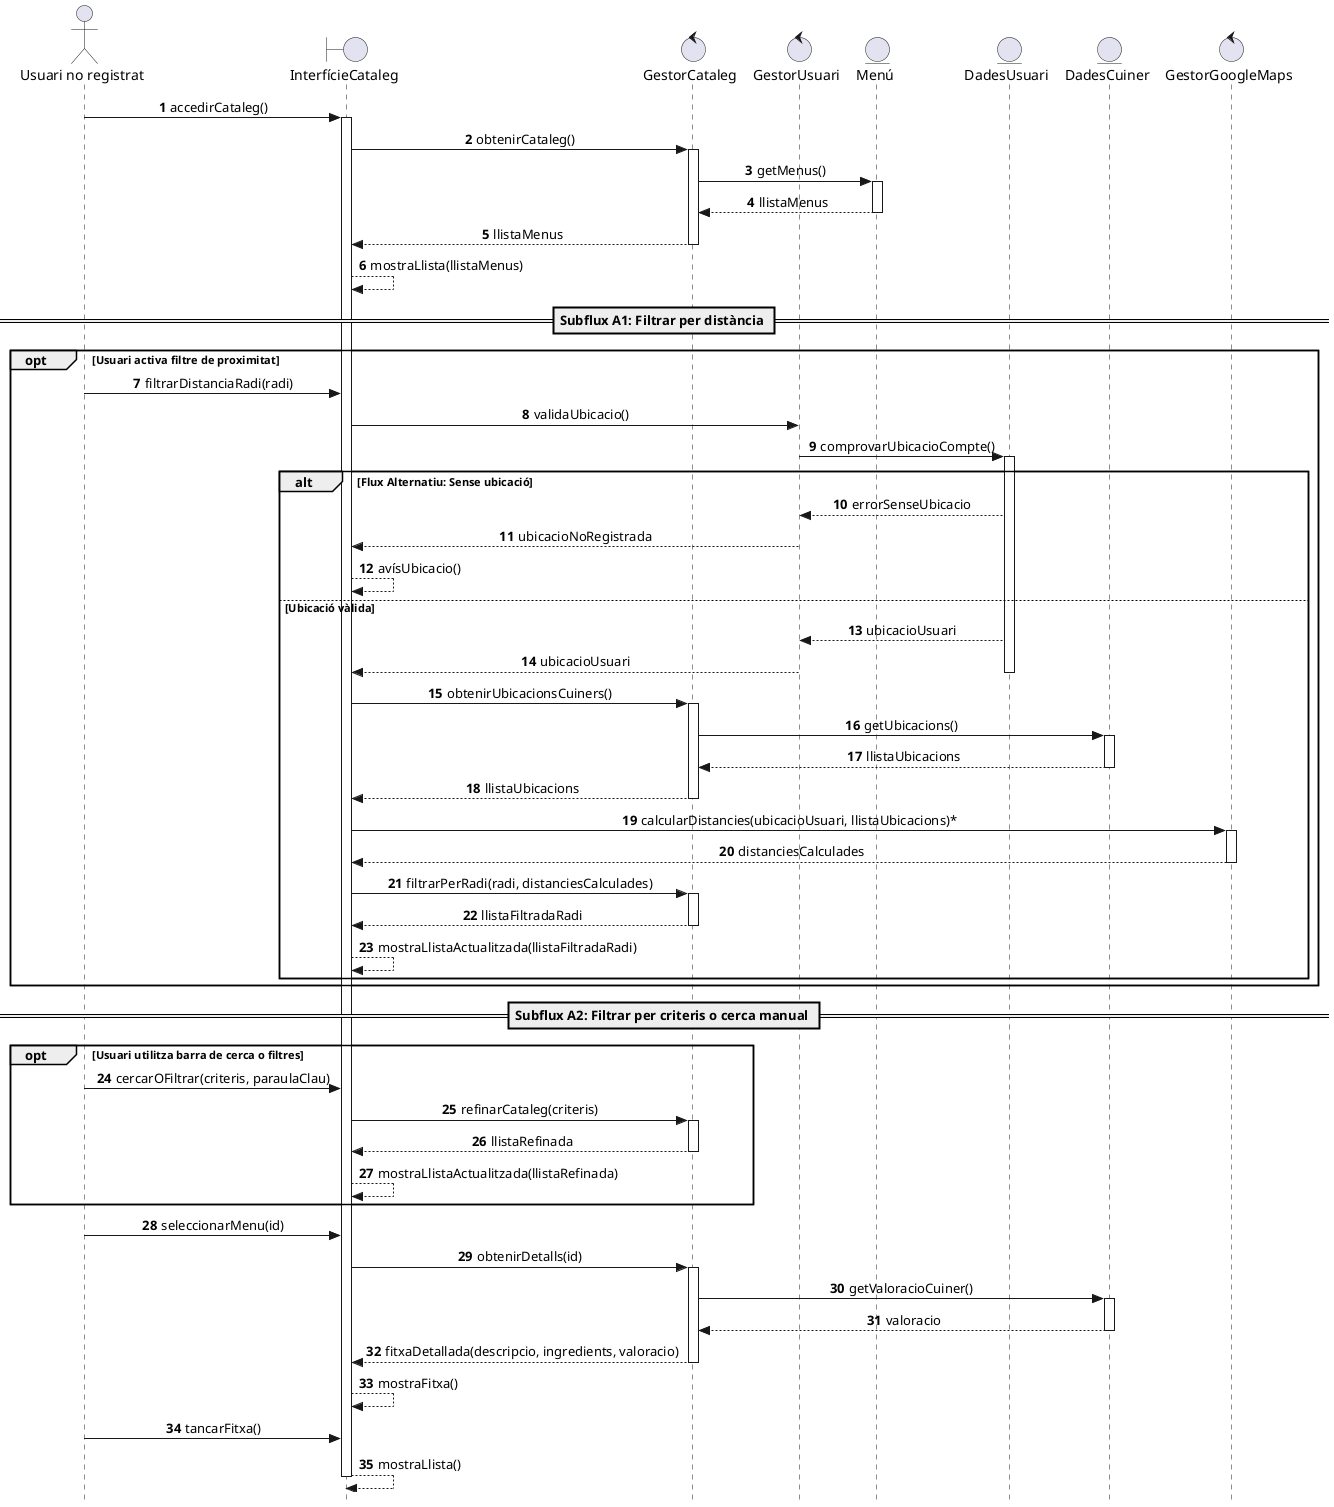
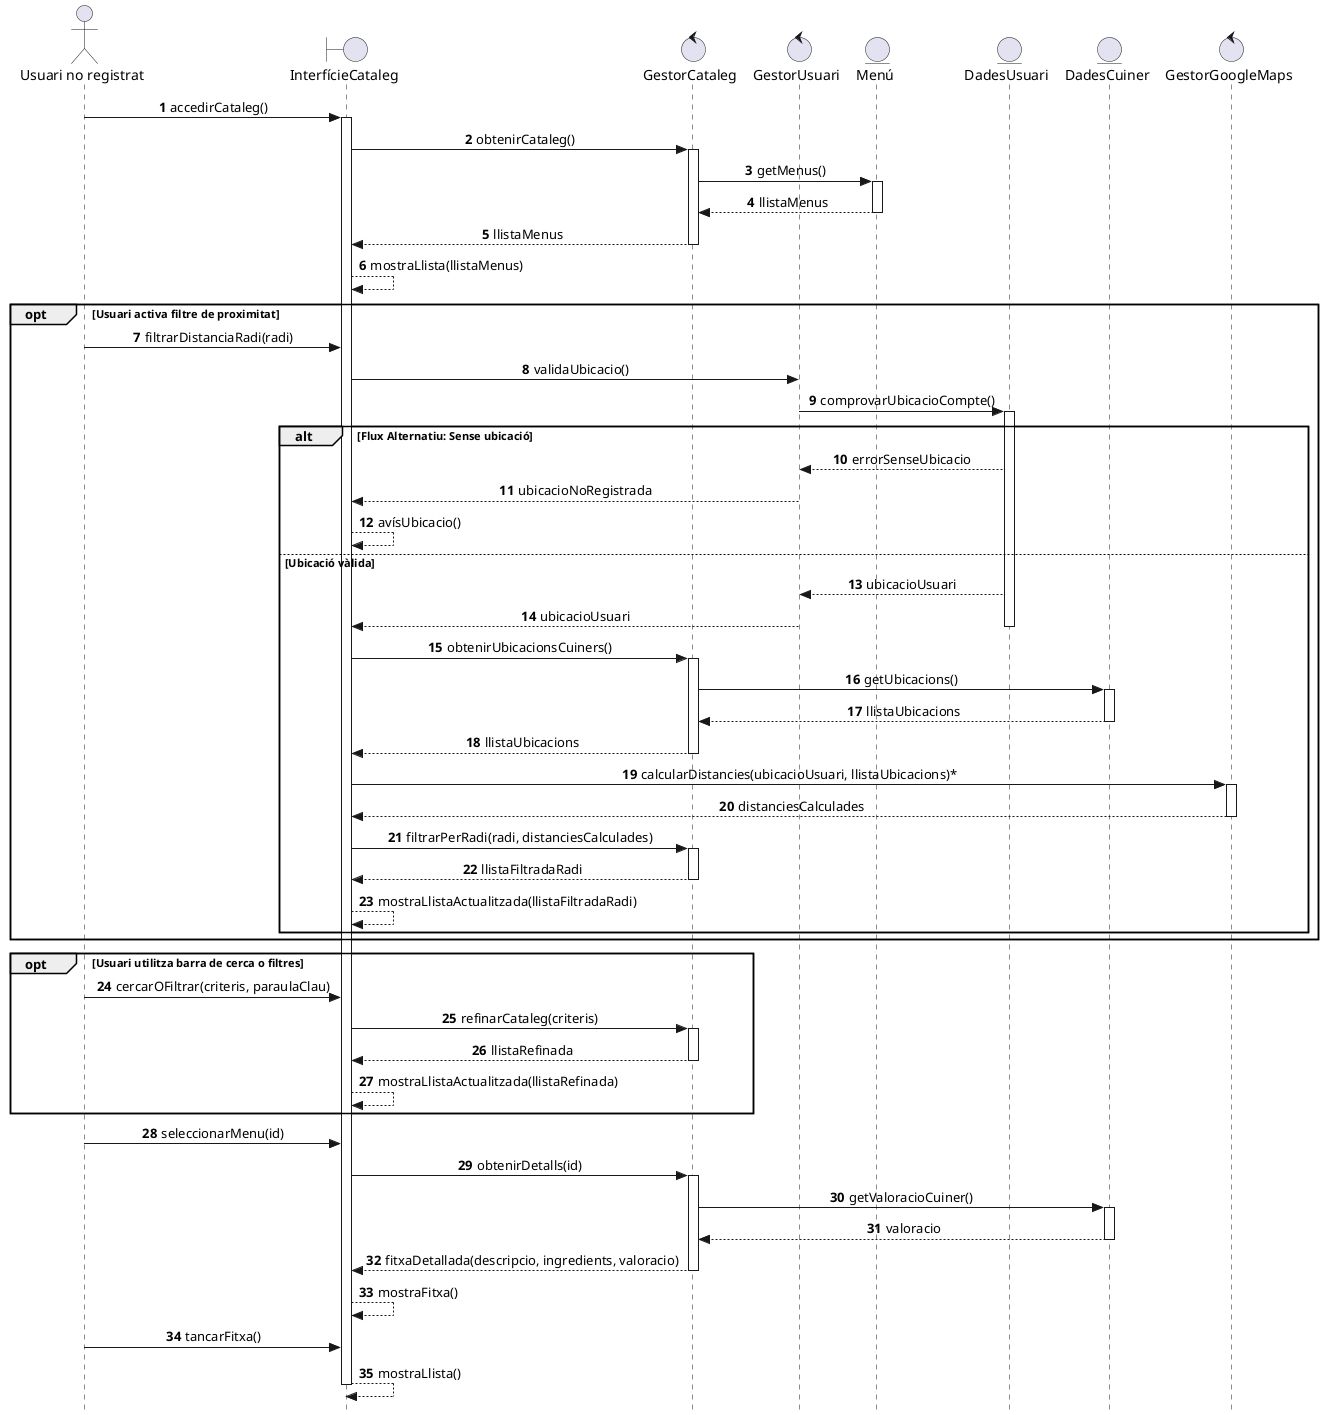
@startuml
autonumber
skinparam style strictuml
skinparam SequenceMessageAlign center

actor "Usuari no registrat" as UNR
boundary "InterfícieCataleg" as Interf
control "GestorCataleg" as GestorCat
control "GestorUsuari" as GestorUs
entity "Menú" as Menu
entity "DadesUsuari" as DadesUsuari
entity "DadesCuiner" as DadesCuiner
control "GestorGoogleMaps" as Gmaps


UNR -> Interf: accedirCataleg()
activate Interf

Interf -> GestorCat: obtenirCataleg()
activate GestorCat

GestorCat -> Menu: getMenus()
activate Menu
Menu --> GestorCat: llistaMenus
deactivate Menu

GestorCat --> Interf: llistaMenus
deactivate GestorCat

Interf --> Interf: mostraLlista(llistaMenus)
- 
- == Subflux A1: Filtrar per distància ==

opt Usuari activa filtre de proximitat
    UNR -> Interf: filtrarDistanciaRadi(radi)
    Interf -> GestorUs: validaUbicacio()
    GestorUs -> DadesUsuari: comprovarUbicacioCompte()
    activate DadesUsuari

    alt Flux Alternatiu: Sense ubicació
        DadesUsuari --> GestorUs: errorSenseUbicacio
        GestorUs --> Interf: ubicacioNoRegistrada
        Interf --> Interf: avísUbicacio()
    else Ubicació vàlida
        DadesUsuari --> GestorUs: ubicacioUsuari
        GestorUs --> Interf: ubicacioUsuari
        deactivate DadesUsuari

        Interf -> GestorCat: obtenirUbicacionsCuiners()
        activate GestorCat

        GestorCat -> DadesCuiner: getUbicacions()
        activate DadesCuiner
        DadesCuiner --> GestorCat: llistaUbicacions
        deactivate DadesCuiner

        GestorCat --> Interf: llistaUbicacions
        deactivate GestorCat

        Interf -> Gmaps: calcularDistancies(ubicacioUsuari, llistaUbicacions)*
        activate Gmaps
        Gmaps --> Interf: distanciesCalculades
        deactivate Gmaps

        Interf -> GestorCat: filtrarPerRadi(radi, distanciesCalculades)
        activate GestorCat
        GestorCat --> Interf: llistaFiltradaRadi
        deactivate GestorCat

        Interf --> Interf: mostraLlistaActualitzada(llistaFiltradaRadi)
    end
end

- == Subflux A2: Filtrar per criteris o cerca manual ==

opt Usuari utilitza barra de cerca o filtres
    UNR -> Interf: cercarOFiltrar(criteris, paraulaClau)

    Interf -> GestorCat: refinarCataleg(criteris)
    activate GestorCat
    GestorCat --> Interf: llistaRefinada
    deactivate GestorCat

    Interf --> Interf: mostraLlistaActualitzada(llistaRefinada)
end

UNR -> Interf: seleccionarMenu(id)

Interf -> GestorCat: obtenirDetalls(id)
activate GestorCat

GestorCat -> DadesCuiner: getValoracioCuiner()
activate DadesCuiner
DadesCuiner --> GestorCat: valoracio
deactivate DadesCuiner

GestorCat --> Interf: fitxaDetallada(descripcio, ingredients, valoracio)
deactivate GestorCat

Interf --> Interf: mostraFitxa()

UNR -> Interf: tancarFitxa()
Interf --> Interf: mostraLlista()
deactivate Interf

@enduml
